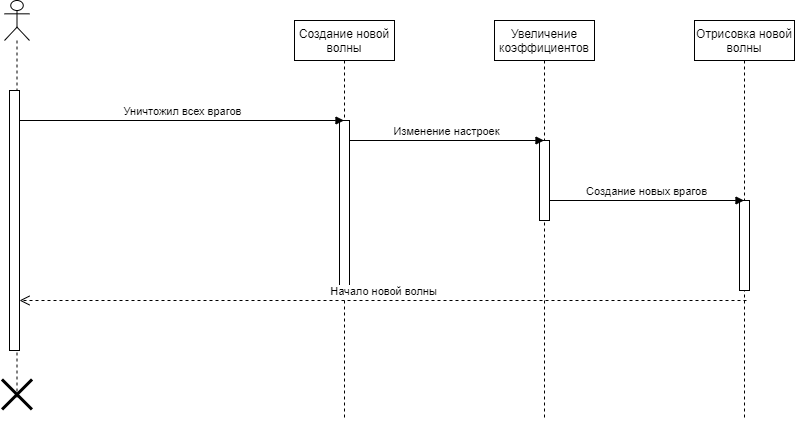
postavtezachet/TRIPTO2 keeps this draw.io diagram as posled_diagr/New_wave.png. Above is the earlier version. Source tidied: cells renumbered, new cells last; positions are measured from the earlier drawing's top-left corner, leaving out a move shared by most shapes.
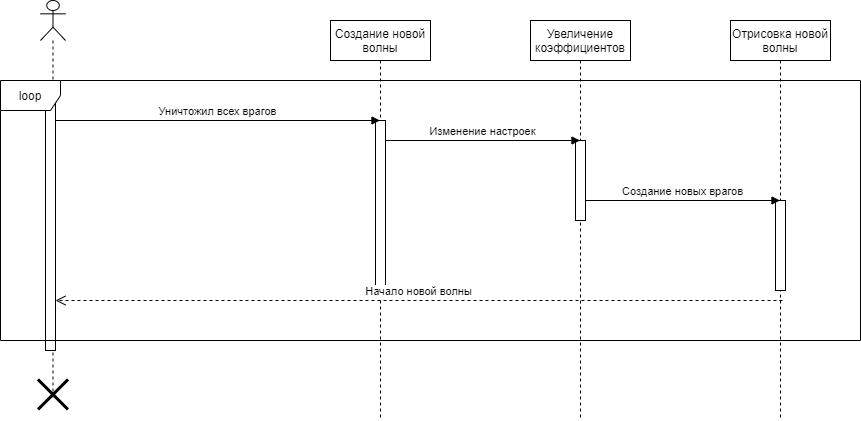
After the commit.

What changed in the source:
```diff
@@ -51,5 +51,8 @@
         <mxPoint x="17" y="300" as="targetPoint" />
       </mxGeometry>
     </mxCell>
+    <mxCell id="15" value="loop" style="shape=umlFrame;whiteSpace=wrap;html=1;" parent="1" vertex="1">
+      <mxGeometry x="-38" y="80" width="860" height="260" as="geometry" />
+    </mxCell>
   </root>
 </mxGraphModel>
```
